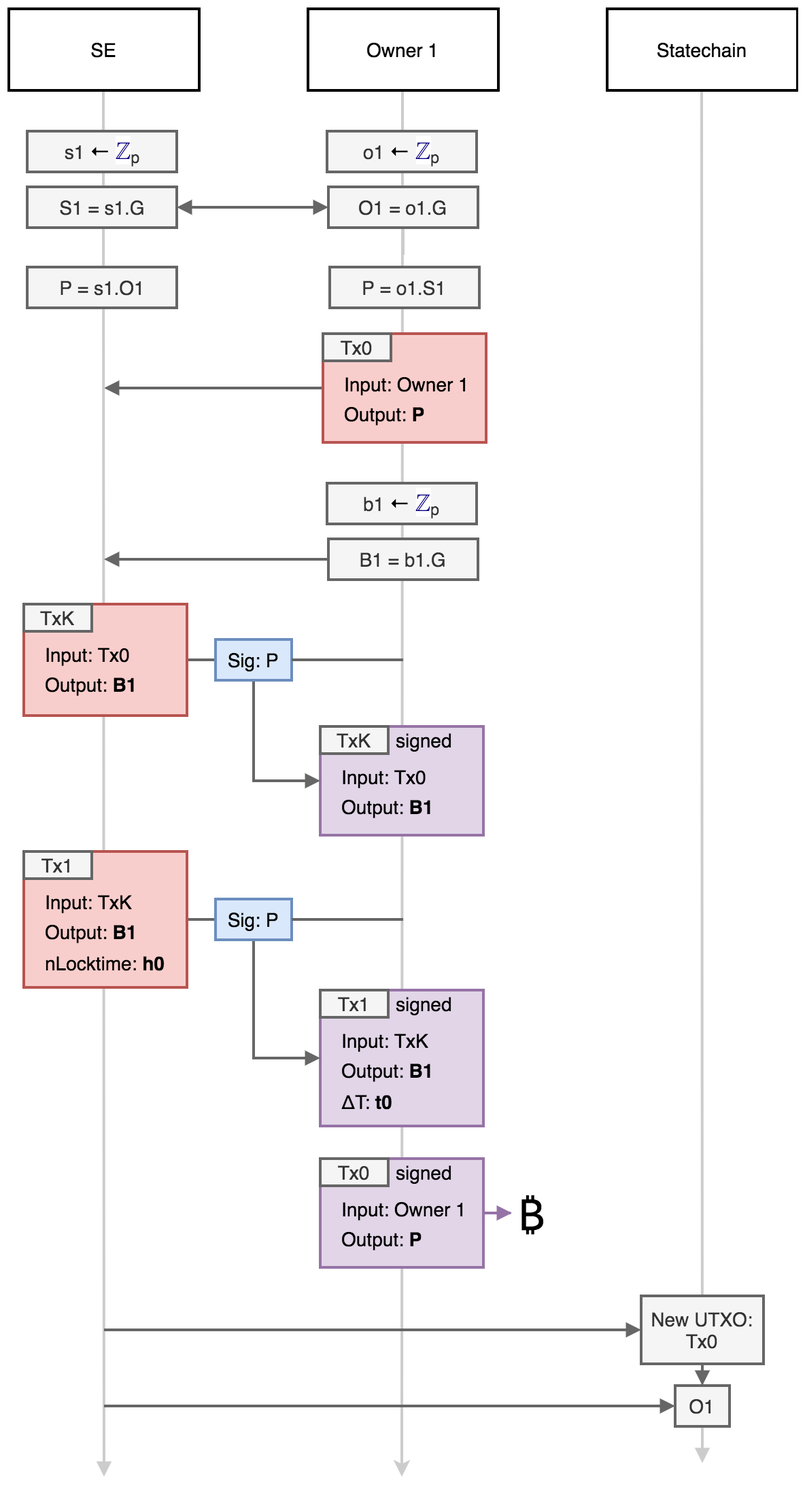
This is images/fig4.png from commerceblock/mercury, a draw.io export, as it was before one commit. Source tidied: cells renumbered, new cells last; positions are measured from the earlier drawing's top-left corner, leaving out a move shared by most shapes.
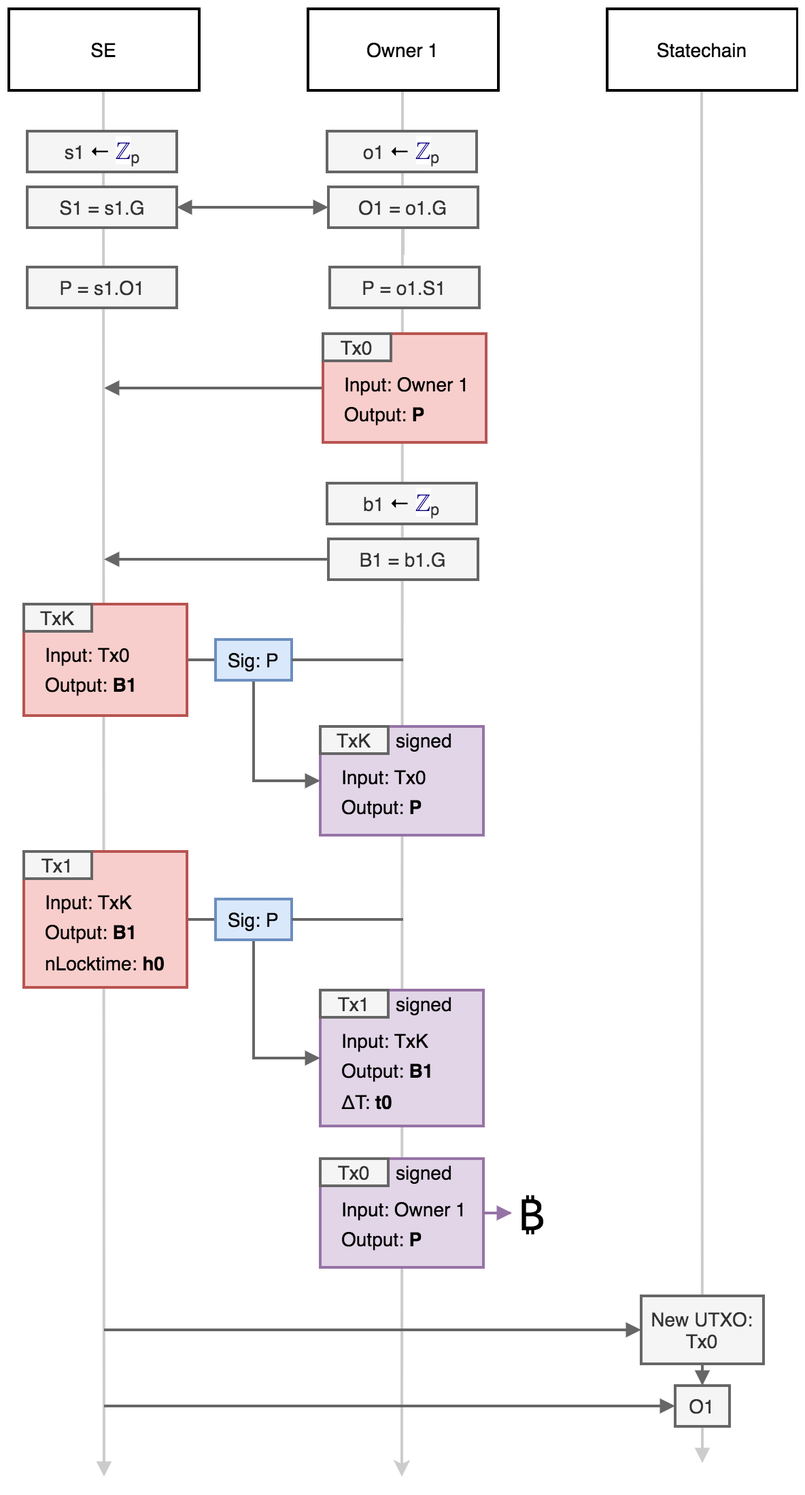
The same file after the commit.

The edit, as a diff of the source:
```diff
@@ -174,7 +174,7 @@
     <mxCell id="52" value="&lt;font style=&quot;font-size: 14px&quot;&gt;Input: Tx0&lt;/font&gt;" style="text;html=1;fontSize=16;" parent="1" vertex="1">
       <mxGeometry x="243" y="550" width="80" height="30" as="geometry" />
     </mxCell>
-    <mxCell id="53" value="&lt;font style=&quot;font-size: 14px&quot;&gt;Output: &lt;b&gt;B1&lt;/b&gt;&lt;/font&gt;" style="text;html=1;fontSize=16;" parent="1" vertex="1">
+    <mxCell id="53" value="&lt;font style=&quot;font-size: 14px&quot;&gt;Output: &lt;b&gt;P&lt;/b&gt;&lt;/font&gt;" style="text;html=1;fontSize=16;" parent="1" vertex="1">
       <mxGeometry x="243" y="572" width="80" height="30" as="geometry" />
     </mxCell>
     <mxCell id="54" value="&lt;font style=&quot;font-size: 14px&quot;&gt;signed&lt;/font&gt;" style="text;html=1;fontSize=16;" parent="1" vertex="1">
```
